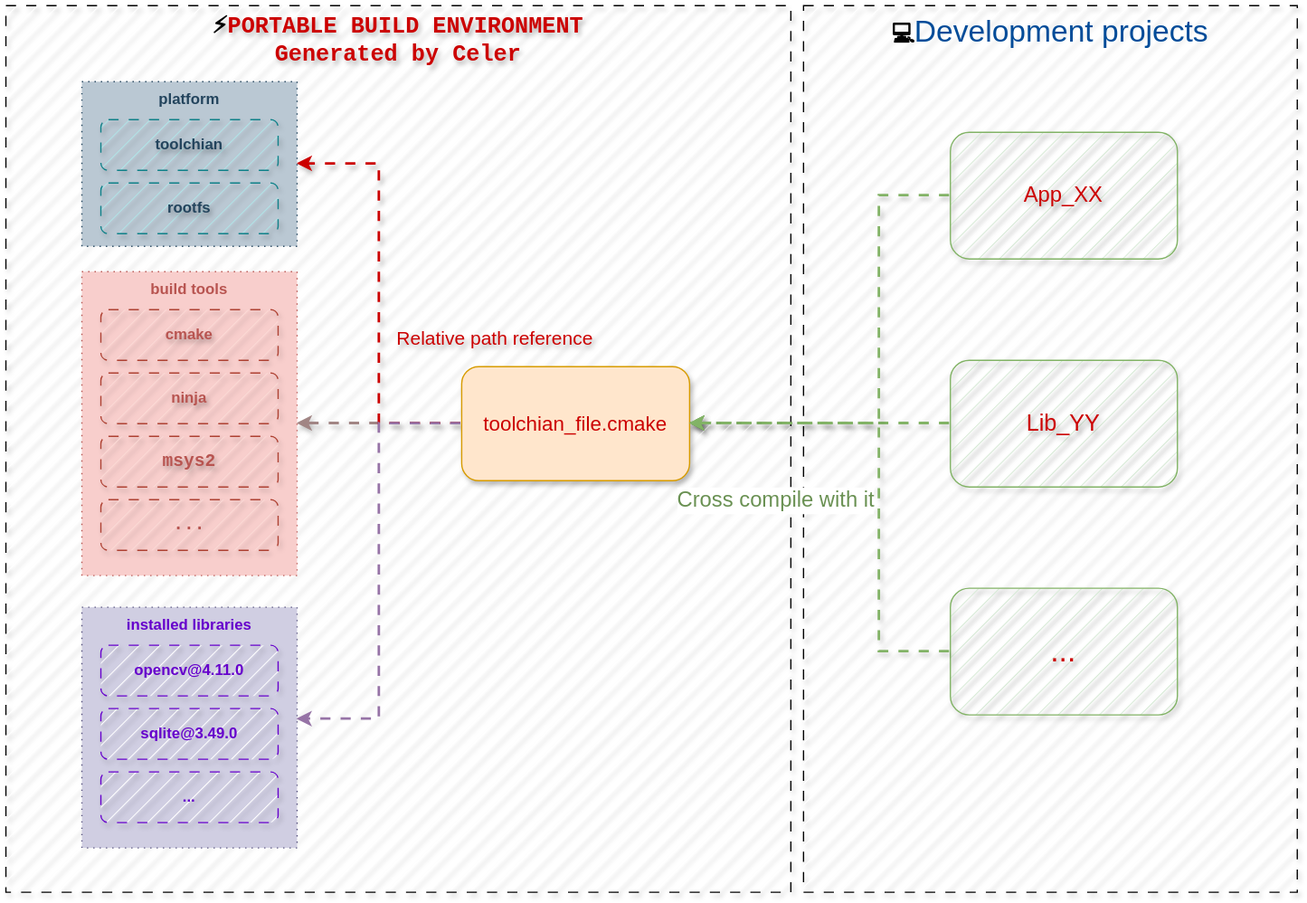
The draw.io diagram docs/assets/workflow.svg in celer-pkg/celer, before a commit. Source tidied: cells renumbered, new cells last; positions are measured from the earlier drawing's top-left corner, leaving out a move shared by most shapes.
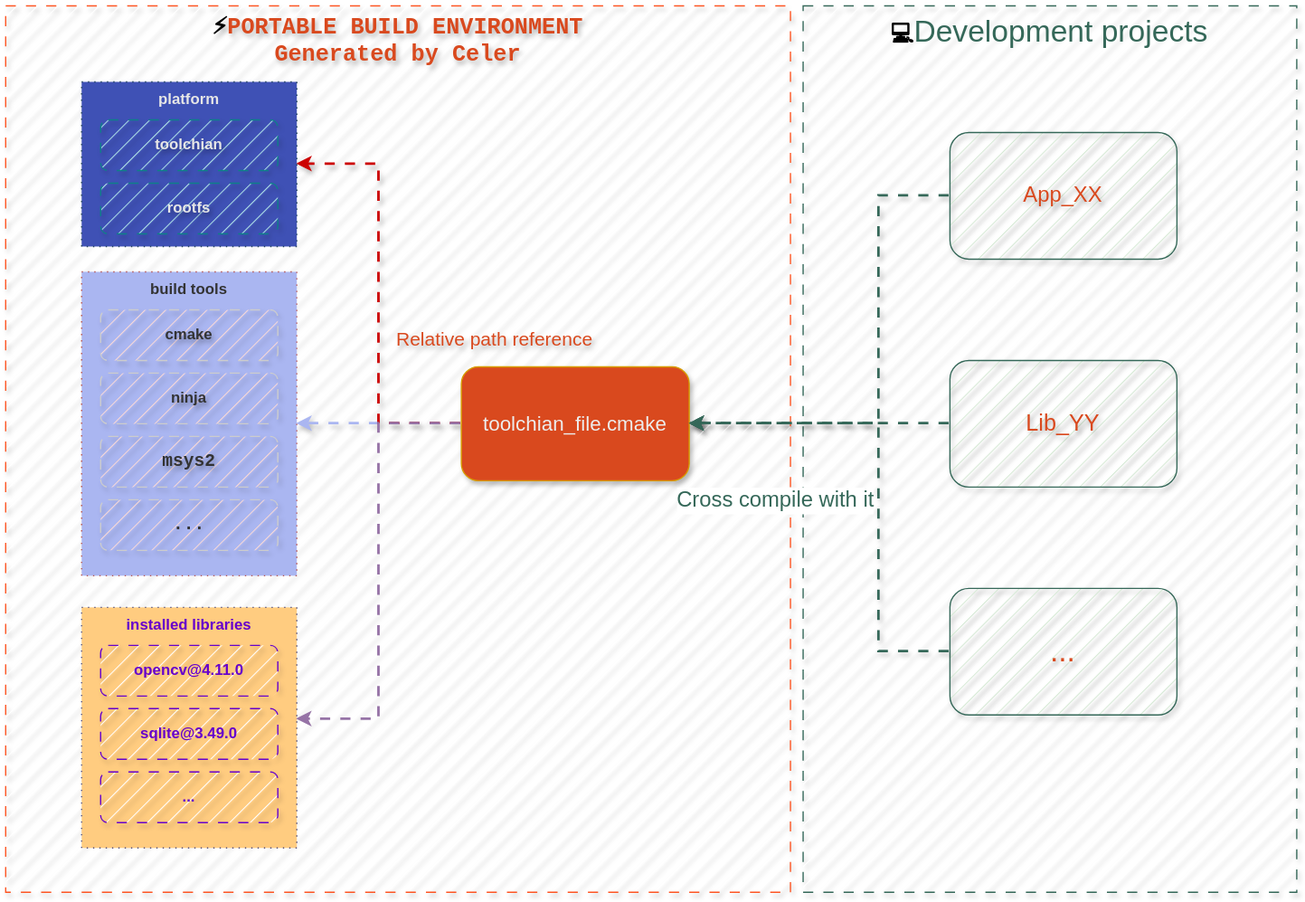
The same diagram one commit later.

The edit, as a diff of the source:
```diff
@@ -2,16 +2,16 @@
   <root>
     <mxCell id="0" />
     <mxCell id="1" parent="0" />
-    <mxCell id="2" value="&lt;font style=&quot;color: rgb(0, 76, 153); font-size: 24px;&quot;&gt;&lt;span style=&quot;color: rgb(0, 0, 0); font-family: &amp;quot;Courier New&amp;quot;, monospace; font-size: 18px; font-weight: 700; text-align: start; text-wrap-mode: nowrap;&quot;&gt;💻&lt;/span&gt;Development projects&lt;/font&gt;" style="rounded=0;whiteSpace=wrap;html=1;verticalAlign=top;fontSize=19;dashed=1;dashPattern=8 8;shadow=1;fillStyle=hatch;" parent="1" vertex="1">
+    <mxCell id="2" value="&lt;font style=&quot;font-size: 24px;&quot;&gt;&lt;span style=&quot;color: rgb(0, 0, 0); font-family: &amp;quot;Courier New&amp;quot;, monospace; font-size: 18px; font-weight: 700; text-align: start; text-wrap-mode: nowrap;&quot;&gt;💻&lt;/span&gt;&lt;font style=&quot;color: rgb(53, 104, 89);&quot;&gt;Development projects&lt;/font&gt;&lt;/font&gt;" style="rounded=0;whiteSpace=wrap;html=1;verticalAlign=top;fontSize=19;dashed=1;dashPattern=8 8;shadow=1;fillStyle=hatch;strokeColor=#356859;" parent="1" vertex="1">
       <mxGeometry x="630" width="390" height="700" as="geometry" />
     </mxCell>
-    <mxCell id="3" style="edgeStyle=orthogonalEdgeStyle;rounded=0;jettySize=auto;html=1;entryX=1;entryY=0.5;entryDx=0;entryDy=0;fillColor=#d5e8d4;strokeColor=#82b366;flowAnimation=1;shadow=1;strokeWidth=2;" parent="1" edge="1" source="4" target="12">
+    <mxCell id="3" style="edgeStyle=orthogonalEdgeStyle;rounded=0;jettySize=auto;html=1;entryX=1;entryY=0.5;entryDx=0;entryDy=0;fillColor=#d5e8d4;strokeColor=#356859;flowAnimation=1;shadow=1;strokeWidth=2;" parent="1" edge="1" source="4" target="12">
       <mxGeometry relative="1" as="geometry" />
     </mxCell>
-    <mxCell id="4" value="&lt;font color=&quot;#cc0000&quot; style=&quot;font-size: 18px;&quot;&gt;Lib_YY&lt;/font&gt;" style="rounded=1;whiteSpace=wrap;html=1;shadow=1;textShadow=1;fillColor=#d5e8d4;strokeColor=#82b366;fillStyle=hatch;" parent="1" vertex="1">
+    <mxCell id="4" value="&lt;font style=&quot;font-size: 18px; color: rgb(217, 73, 30);&quot;&gt;Lib_YY&lt;/font&gt;" style="rounded=1;whiteSpace=wrap;html=1;shadow=1;textShadow=1;fillColor=#d5e8d4;strokeColor=#356859;fillStyle=hatch;" parent="1" vertex="1">
       <mxGeometry x="746" y="280" width="179.3" height="100" as="geometry" />
     </mxCell>
-    <mxCell id="5" style="edgeStyle=orthogonalEdgeStyle;rounded=0;jettySize=auto;html=1;entryX=1;entryY=0.5;entryDx=0;entryDy=0;fillColor=#d5e8d4;strokeColor=#82b366;flowAnimation=1;shadow=1;strokeWidth=2;" parent="1" edge="1" source="6" target="12">
+    <mxCell id="5" style="edgeStyle=orthogonalEdgeStyle;rounded=0;jettySize=auto;html=1;entryX=1;entryY=0.5;entryDx=0;entryDy=0;fillColor=#d5e8d4;strokeColor=#356859;flowAnimation=1;shadow=1;strokeWidth=2;" parent="1" edge="1" source="6" target="12">
       <mxGeometry relative="1" as="geometry">
         <Array as="points">
           <mxPoint x="690" y="150" />
@@ -19,39 +19,39 @@
         </Array>
       </mxGeometry>
     </mxCell>
-    <mxCell id="6" value="&lt;font color=&quot;#cc0000&quot; style=&quot;font-size: 17px;&quot;&gt;App_XX&lt;/font&gt;" style="rounded=1;whiteSpace=wrap;html=1;shadow=1;textShadow=1;fillColor=#d5e8d4;strokeColor=#82b366;fillStyle=hatch;" parent="1" vertex="1">
+    <mxCell id="6" value="&lt;font style=&quot;font-size: 17px; color: rgb(217, 73, 30);&quot;&gt;App_XX&lt;/font&gt;" style="rounded=1;whiteSpace=wrap;html=1;shadow=1;textShadow=1;fillColor=#d5e8d4;strokeColor=#356859;fillStyle=hatch;" parent="1" vertex="1">
       <mxGeometry x="746" y="100" width="179.3" height="100" as="geometry" />
     </mxCell>
-    <mxCell id="7" value="&lt;span style=&quot;font-family: &amp;quot;Courier New&amp;quot;, monospace; font-size: 18px; font-weight: 700; text-align: start; text-wrap-mode: nowrap;&quot;&gt;⚡&lt;/span&gt;&lt;span style=&quot;font-family: &amp;quot;Courier New&amp;quot;, monospace; font-size: 18px; font-weight: 700; text-align: start; text-wrap-mode: nowrap;&quot;&gt;&lt;font style=&quot;color: rgb(204, 0, 0);&quot;&gt;PORTABLE BUILD ENVIRONMENT&lt;/font&gt;&lt;/span&gt;&lt;div&gt;&lt;span style=&quot;font-family: &amp;quot;Courier New&amp;quot;, monospace; font-size: 18px; font-weight: 700; text-align: start; text-wrap-mode: nowrap;&quot;&gt;&lt;font style=&quot;color: rgb(204, 0, 0);&quot;&gt;Generated by Celer&lt;/font&gt;&lt;/span&gt;&lt;/div&gt;" style="rounded=0;whiteSpace=wrap;html=1;verticalAlign=top;fontSize=14;labelBackgroundColor=none;textShadow=1;dashed=1;dashPattern=8 8;shadow=1;glass=0;gradientColor=none;fillStyle=hatch;" parent="1" vertex="1">
+    <mxCell id="7" value="&lt;span style=&quot;font-family: &amp;quot;Courier New&amp;quot;, monospace; font-size: 18px; font-weight: 700; text-align: start; text-wrap-mode: nowrap;&quot;&gt;⚡&lt;/span&gt;&lt;span style=&quot;font-family: &amp;quot;Courier New&amp;quot;, monospace; font-size: 18px; font-weight: 700; text-align: start; text-wrap-mode: nowrap;&quot;&gt;&lt;font style=&quot;color: rgb(217, 73, 30);&quot;&gt;PORTABLE BUILD ENVIRONMENT&lt;/font&gt;&lt;/span&gt;&lt;div&gt;&lt;span style=&quot;font-family: &amp;quot;Courier New&amp;quot;, monospace; font-size: 18px; font-weight: 700; text-align: start; text-wrap-mode: nowrap;&quot;&gt;&lt;font style=&quot;color: rgb(217, 73, 30);&quot;&gt;Generated by Celer&lt;/font&gt;&lt;/span&gt;&lt;/div&gt;" style="rounded=0;whiteSpace=wrap;html=1;verticalAlign=top;fontSize=14;labelBackgroundColor=none;textShadow=1;dashed=1;dashPattern=8 8;shadow=1;glass=0;gradientColor=none;fillStyle=hatch;strokeColor=#FD5523;" parent="1" vertex="1">
       <mxGeometry width="620" height="700" as="geometry" />
     </mxCell>
-    <mxCell id="8" value="&lt;font color=&quot;#cc0000&quot; style=&quot;font-size: 24px;&quot;&gt;...&lt;/font&gt;" style="rounded=1;whiteSpace=wrap;html=1;shadow=1;textShadow=1;fillColor=#d5e8d4;strokeColor=#82b366;fillStyle=hatch;" parent="1" vertex="1">
+    <mxCell id="8" value="&lt;font style=&quot;font-size: 24px; color: rgb(217, 73, 30);&quot;&gt;...&lt;/font&gt;" style="rounded=1;whiteSpace=wrap;html=1;shadow=1;textShadow=1;fillColor=#d5e8d4;strokeColor=#356859;fillStyle=hatch;" parent="1" vertex="1">
       <mxGeometry x="746" y="460" width="179.3" height="100" as="geometry" />
     </mxCell>
-    <mxCell id="9" style="edgeStyle=orthogonalEdgeStyle;rounded=0;jettySize=auto;html=1;entryX=1;entryY=0.5;entryDx=0;entryDy=0;strokeColor=#A18584;flowAnimation=1;shadow=1;fillColor=#f8cecc;strokeWidth=2;" parent="1" edge="1" source="12" target="20">
+    <mxCell id="9" style="edgeStyle=orthogonalEdgeStyle;rounded=0;jettySize=auto;html=1;entryX=1;entryY=0.5;entryDx=0;entryDy=0;strokeColor=#AAB6F1;flowAnimation=1;shadow=1;fillColor=#f8cecc;strokeWidth=2;" parent="1" edge="1" source="12" target="20">
       <mxGeometry relative="1" as="geometry" />
     </mxCell>
     <mxCell id="10" style="edgeStyle=orthogonalEdgeStyle;rounded=0;jettySize=auto;html=1;entryX=1;entryY=0.5;entryDx=0;entryDy=0;strokeWidth=2;shadow=1;flowAnimation=1;strokeColor=#CC0000;" parent="1" edge="1" source="12" target="13">
       <mxGeometry relative="1" as="geometry" />
     </mxCell>
-    <mxCell id="11" value="&lt;font style=&quot;color: rgb(204, 0, 0);&quot;&gt;Relative path reference&lt;/font&gt;" style="edgeLabel;html=1;align=center;verticalAlign=middle;labelBackgroundColor=none;fontSize=15;textShadow=1;" parent="10" vertex="1">
+    <mxCell id="11" value="&lt;font style=&quot;color: rgb(217, 73, 30);&quot;&gt;Relative path reference&lt;/font&gt;" style="edgeLabel;html=1;align=center;verticalAlign=middle;labelBackgroundColor=none;fontSize=15;textShadow=1;" parent="10" vertex="1">
       <mxGeometry x="-0.31" y="-3" relative="1" as="geometry">
         <mxPoint x="87" y="-17" as="offset" />
       </mxGeometry>
     </mxCell>
-    <mxCell id="12" value="&lt;font style=&quot;font-size: 16px; color: rgb(204, 0, 0);&quot;&gt;toolchian_file.cmake&lt;/font&gt;" style="rounded=1;whiteSpace=wrap;html=1;fillColor=#ffe6cc;strokeColor=#d79b00;gradientColor=none;shadow=1;" parent="1" vertex="1">
+    <mxCell id="12" value="&lt;font style=&quot;font-size: 16px; color: rgb(237, 237, 237);&quot;&gt;toolchian_file.cmake&lt;/font&gt;" style="rounded=1;whiteSpace=wrap;html=1;fillColor=#D9491E;strokeColor=#d79b00;gradientColor=none;shadow=1;" parent="1" vertex="1">
       <mxGeometry x="360" y="285" width="180" height="90" as="geometry" />
     </mxCell>
-    <mxCell id="13" value="&lt;font style=&quot;color: rgb(35, 68, 93);&quot;&gt;&lt;b&gt;platform&lt;/b&gt;&lt;/font&gt;" style="rounded=0;whiteSpace=wrap;html=1;dashed=1;dashPattern=1 4;verticalAlign=top;fillColor=#bac8d3;strokeColor=#23445d;" parent="1" vertex="1">
+    <mxCell id="13" value="&lt;font style=&quot;color: rgb(230, 230, 230);&quot;&gt;&lt;b style=&quot;&quot;&gt;platform&lt;/b&gt;&lt;/font&gt;" style="rounded=0;whiteSpace=wrap;html=1;dashed=1;dashPattern=1 4;verticalAlign=top;fillColor=#3F51B5;strokeColor=#23445d;" parent="1" vertex="1">
       <mxGeometry x="60" y="60" width="170" height="130" as="geometry" />
     </mxCell>
-    <mxCell id="14" value="&lt;font style=&quot;color: rgb(35, 68, 93);&quot;&gt;&lt;b&gt;toolchian&lt;/b&gt;&lt;/font&gt;" style="rounded=1;whiteSpace=wrap;html=1;shadow=1;textShadow=1;fillStyle=hatch;dashed=1;dashPattern=8 8;fillColor=#b0e3e6;strokeColor=#0e8088;" parent="1" vertex="1">
+    <mxCell id="14" value="&lt;font style=&quot;color: rgb(230, 230, 230);&quot;&gt;&lt;b style=&quot;&quot;&gt;toolchian&lt;/b&gt;&lt;/font&gt;" style="rounded=1;whiteSpace=wrap;html=1;shadow=1;textShadow=1;fillStyle=hatch;dashed=1;dashPattern=8 8;fillColor=#b0e3e6;strokeColor=#0e8088;" parent="1" vertex="1">
       <mxGeometry x="75" y="90" width="140" height="40" as="geometry" />
     </mxCell>
-    <mxCell id="15" value="&lt;font style=&quot;color: rgb(35, 68, 93);&quot;&gt;&lt;b&gt;rootfs&lt;/b&gt;&lt;/font&gt;" style="rounded=1;whiteSpace=wrap;html=1;shadow=1;textShadow=1;fillStyle=hatch;dashed=1;dashPattern=8 8;fillColor=#b0e3e6;strokeColor=#0e8088;" parent="1" vertex="1">
+    <mxCell id="15" value="&lt;font style=&quot;color: rgb(230, 230, 230);&quot;&gt;&lt;b style=&quot;&quot;&gt;rootfs&lt;/b&gt;&lt;/font&gt;" style="rounded=1;whiteSpace=wrap;html=1;shadow=1;textShadow=1;fillStyle=hatch;dashed=1;dashPattern=8 8;fillColor=#b0e3e6;strokeColor=#0e8088;" parent="1" vertex="1">
       <mxGeometry x="75" y="140" width="140" height="40" as="geometry" />
     </mxCell>
-    <mxCell id="16" value="&lt;font style=&quot;color: rgb(102, 0, 204);&quot;&gt;&lt;b&gt;installed libraries&lt;/b&gt;&lt;/font&gt;" style="rounded=0;whiteSpace=wrap;html=1;verticalAlign=top;dashed=1;dashPattern=1 4;fillColor=#d0cee2;strokeColor=#56517e;" parent="1" vertex="1">
+    <mxCell id="16" value="&lt;font style=&quot;color: rgb(102, 0, 204);&quot;&gt;&lt;b&gt;installed libraries&lt;/b&gt;&lt;/font&gt;" style="rounded=0;whiteSpace=wrap;html=1;verticalAlign=top;dashed=1;dashPattern=1 4;fillColor=#FFCC80;strokeColor=#56517e;" parent="1" vertex="1">
       <mxGeometry x="60" y="475" width="170" height="190" as="geometry" />
     </mxCell>
     <mxCell id="17" value="&lt;font style=&quot;color: rgb(102, 0, 204);&quot;&gt;&lt;b style=&quot;&quot;&gt;opencv@4.11.0&lt;/b&gt;&lt;/font&gt;" style="rounded=1;whiteSpace=wrap;html=1;shadow=1;fillStyle=hatch;dashed=1;dashPattern=8 8;strokeColor=#6600CC;" parent="1" vertex="1">
@@ -63,22 +63,22 @@
     <mxCell id="19" value="&lt;font style=&quot;color: rgb(102, 0, 204);&quot;&gt;&lt;b style=&quot;&quot;&gt;...&lt;/b&gt;&lt;/font&gt;" style="rounded=1;whiteSpace=wrap;html=1;shadow=1;fillStyle=hatch;dashed=1;dashPattern=8 8;strokeColor=#6600CC;" parent="1" vertex="1">
       <mxGeometry x="75" y="605" width="140" height="40" as="geometry" />
     </mxCell>
-    <mxCell id="20" value="&lt;font style=&quot;color: rgb(184, 84, 80);&quot;&gt;&lt;b&gt;build tools&lt;/b&gt;&lt;/font&gt;" style="rounded=0;whiteSpace=wrap;html=1;verticalAlign=top;dashed=1;dashPattern=1 4;fillColor=#f8cecc;strokeColor=#b85450;" parent="1" vertex="1">
+    <mxCell id="20" value="&lt;font style=&quot;color: rgb(51, 51, 51);&quot;&gt;&lt;b style=&quot;&quot;&gt;build tools&lt;/b&gt;&lt;/font&gt;" style="rounded=0;whiteSpace=wrap;html=1;verticalAlign=top;dashed=1;dashPattern=1 4;fillColor=#AAB6F1;strokeColor=#b85450;" parent="1" vertex="1">
       <mxGeometry x="60" y="210" width="170" height="240" as="geometry" />
     </mxCell>
-    <mxCell id="21" value="&lt;font style=&quot;color: rgb(184, 84, 80);&quot;&gt;&lt;b&gt;cmake&lt;/b&gt;&lt;/font&gt;" style="rounded=1;whiteSpace=wrap;html=1;shadow=1;textShadow=1;fillStyle=hatch;dashed=1;dashPattern=8 8;fillColor=#fad9d5;strokeColor=#ae4132;" parent="1" vertex="1">
+    <mxCell id="21" value="&lt;font style=&quot;color: rgb(51, 51, 51);&quot;&gt;&lt;b style=&quot;&quot;&gt;cmake&lt;/b&gt;&lt;/font&gt;" style="rounded=1;whiteSpace=wrap;html=1;shadow=1;textShadow=1;fillStyle=hatch;dashed=1;dashPattern=8 8;fillColor=#fad9d5;strokeColor=#CCCCCC;" parent="1" vertex="1">
       <mxGeometry x="75" y="240" width="140" height="40" as="geometry" />
     </mxCell>
-    <mxCell id="22" value="&lt;font style=&quot;color: rgb(184, 84, 80);&quot;&gt;&lt;b&gt;ninja&lt;/b&gt;&lt;/font&gt;" style="rounded=1;whiteSpace=wrap;html=1;shadow=1;textShadow=1;fillStyle=hatch;dashed=1;dashPattern=8 8;fillColor=#fad9d5;strokeColor=#ae4132;" parent="1" vertex="1">
+    <mxCell id="22" value="&lt;font style=&quot;color: rgb(51, 51, 51);&quot;&gt;&lt;b style=&quot;&quot;&gt;ninja&lt;/b&gt;&lt;/font&gt;" style="rounded=1;whiteSpace=wrap;html=1;shadow=1;textShadow=1;fillStyle=hatch;dashed=1;dashPattern=8 8;fillColor=#fad9d5;strokeColor=#CCCCCC;" parent="1" vertex="1">
       <mxGeometry x="75" y="290" width="140" height="40" as="geometry" />
     </mxCell>
-    <mxCell id="23" value="&lt;div style=&quot;font-family: Consolas, &amp;quot;Courier New&amp;quot;, monospace; font-size: 14px; line-height: 19px; white-space: pre;&quot;&gt;&lt;span&gt;&lt;font style=&quot;color: rgb(184, 84, 80);&quot;&gt;&lt;b&gt;msys2&lt;/b&gt;&lt;/font&gt;&lt;/span&gt;&lt;/div&gt;" style="rounded=1;whiteSpace=wrap;html=1;shadow=1;textShadow=1;fillStyle=hatch;dashed=1;dashPattern=8 8;fillColor=#fad9d5;strokeColor=#ae4132;" parent="1" vertex="1">
+    <mxCell id="23" value="&lt;div style=&quot;font-family: Consolas, &amp;quot;Courier New&amp;quot;, monospace; font-size: 14px; line-height: 19px; white-space: pre;&quot;&gt;&lt;span&gt;&lt;font style=&quot;color: rgb(51, 51, 51);&quot;&gt;&lt;b style=&quot;&quot;&gt;msys2&lt;/b&gt;&lt;/font&gt;&lt;/span&gt;&lt;/div&gt;" style="rounded=1;whiteSpace=wrap;html=1;shadow=1;textShadow=1;fillStyle=hatch;dashed=1;dashPattern=8 8;fillColor=#fad9d5;strokeColor=#CCCCCC;" parent="1" vertex="1">
       <mxGeometry x="75" y="340" width="140" height="40" as="geometry" />
     </mxCell>
-    <mxCell id="24" value="&lt;div style=&quot;font-family: Consolas, &amp;quot;Courier New&amp;quot;, monospace; font-size: 14px; line-height: 19px; white-space: pre;&quot;&gt;&lt;font style=&quot;color: rgb(184, 84, 80);&quot;&gt;&lt;b&gt;...&lt;/b&gt;&lt;/font&gt;&lt;/div&gt;" style="rounded=1;whiteSpace=wrap;html=1;shadow=1;fillStyle=hatch;dashed=1;dashPattern=8 8;fillColor=#fad9d5;strokeColor=#ae4132;" parent="1" vertex="1">
+    <mxCell id="24" value="&lt;div style=&quot;font-family: Consolas, &amp;quot;Courier New&amp;quot;, monospace; font-size: 14px; line-height: 19px; white-space: pre;&quot;&gt;&lt;font style=&quot;color: rgb(51, 51, 51);&quot;&gt;&lt;b style=&quot;&quot;&gt;...&lt;/b&gt;&lt;/font&gt;&lt;/div&gt;" style="rounded=1;whiteSpace=wrap;html=1;shadow=1;fillStyle=hatch;dashed=1;dashPattern=8 8;fillColor=#fad9d5;strokeColor=#CCCCCC;" parent="1" vertex="1">
       <mxGeometry x="75" y="390" width="140" height="40" as="geometry" />
     </mxCell>
-    <mxCell id="25" style="edgeStyle=orthogonalEdgeStyle;rounded=0;jettySize=auto;html=1;entryX=1;entryY=0.5;entryDx=0;entryDy=0;fillColor=#d5e8d4;strokeColor=#82b366;shadow=1;flowAnimation=1;strokeWidth=2;" parent="1" edge="1" source="8" target="12">
+    <mxCell id="25" style="edgeStyle=orthogonalEdgeStyle;rounded=0;jettySize=auto;html=1;entryX=1;entryY=0.5;entryDx=0;entryDy=0;fillColor=#d5e8d4;strokeColor=#356859;shadow=1;flowAnimation=1;strokeWidth=2;" parent="1" edge="1" source="8" target="12">
       <mxGeometry relative="1" as="geometry">
         <Array as="points">
           <mxPoint x="690" y="510" />
@@ -86,7 +86,7 @@
         </Array>
       </mxGeometry>
     </mxCell>
-    <mxCell id="26" value="&lt;font style=&quot;color: rgb(106, 145, 83);&quot;&gt;Cross compile with it&lt;/font&gt;" style="edgeLabel;html=1;align=center;verticalAlign=middle;fontSize=17;" parent="25" vertex="1">
+    <mxCell id="26" value="&lt;font style=&quot;color: rgb(53, 104, 89);&quot;&gt;Cross compile with it&lt;/font&gt;" style="edgeLabel;html=1;align=center;verticalAlign=middle;fontSize=17;" parent="25" vertex="1">
       <mxGeometry x="0.66" y="2" relative="1" as="geometry">
         <mxPoint x="1" y="58" as="offset" />
       </mxGeometry>
```
